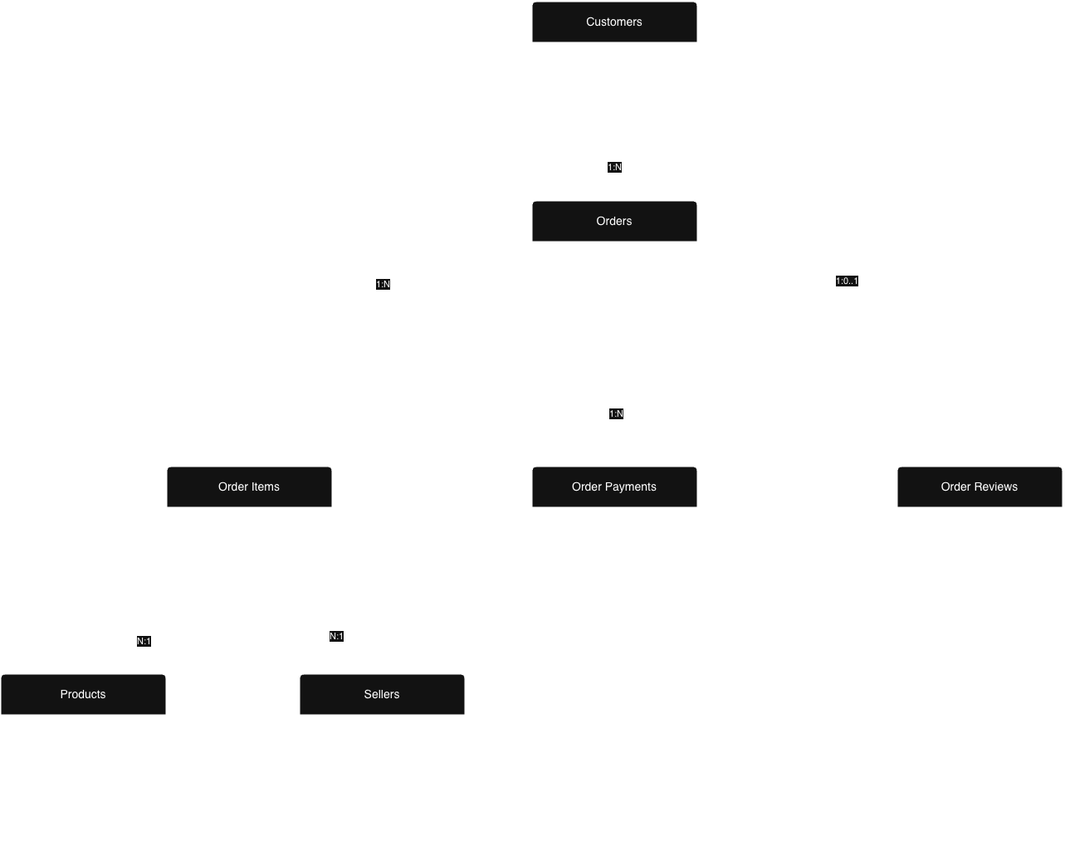
Earlier version of the draw.io export docs/diagrams/logical-erd.drawio.png (neeleshksingh/Ecommerce-Sales-Analytics). Source tidied: cells renumbered, new cells last; positions are measured from the earlier drawing's top-left corner, leaving out a move shared by most shapes.
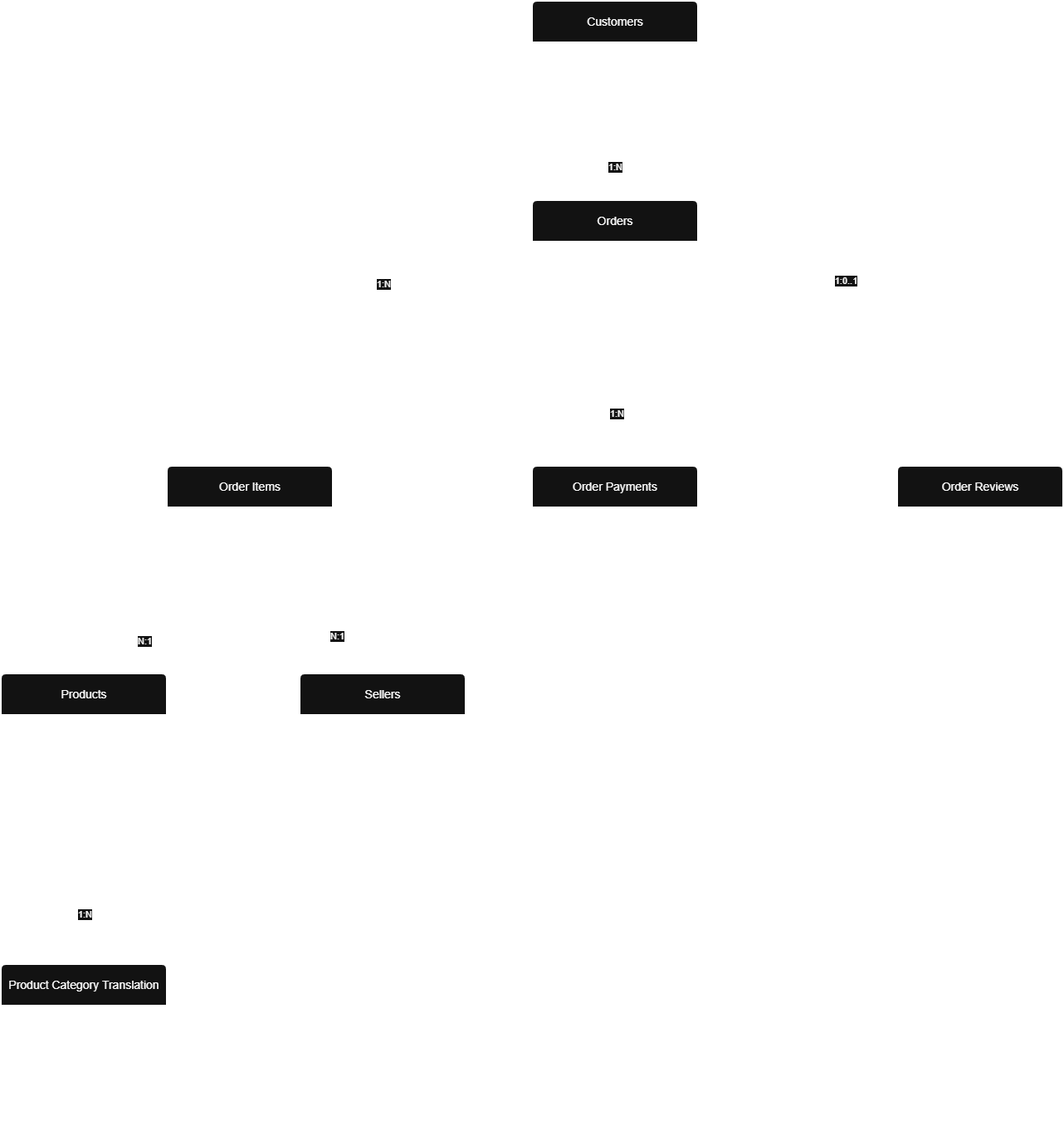
After the change.

What changed in the source:
```diff
@@ -73,6 +73,16 @@
     <mxCell id="20" value="N:1" style="edgeLabel;html=1;align=center;verticalAlign=middle;" parent="19" vertex="1">
       <mxGeometry x="-0.02" y="-5" relative="1" as="geometry" />
     </mxCell>
+    <mxCell id="30" style="edgeStyle=orthogonalEdgeStyle;rounded=0;jettySize=auto;html=1;exitX=0.5;exitY=1;exitDx=0;exitDy=0;" parent="1" edge="1" source="21">
+      <mxGeometry relative="1" as="geometry">
+        <mxPoint x="100.1" y="1090" as="targetPoint" />
+      </mxGeometry>
+    </mxCell>
+    <mxCell id="31" value="1:N" style="edgeLabel;html=1;align=center;verticalAlign=middle;" parent="30" vertex="1">
+      <mxGeometry x="0.14" y="1" relative="1" as="geometry">
+        <mxPoint x="-1" y="44" as="offset" />
+      </mxGeometry>
+    </mxCell>
     <mxCell id="21" value="Products" style="swimlane;horizontal=1;startSize=50;rounded=1;fontSize=14;fontStyle=0;strokeWidth=2;shadow=0;dashed=0;align=center;arcSize=4;whiteSpace=wrap;html=1;" parent="1" vertex="1">
       <mxGeometry y="810" width="200" height="200" as="geometry" />
     </mxCell>
@@ -100,5 +110,16 @@
     <mxCell id="29" value="&lt;div&gt;&lt;span style=&quot;background-color: transparent; color: light-dark(rgb(0, 0, 0), rgb(255, 255, 255));&quot;&gt;PK review_id&lt;/span&gt;&amp;nbsp; &amp;nbsp; &amp;nbsp; &amp;nbsp; &amp;nbsp; &amp;nbsp; &amp;nbsp; &amp;nbsp; &amp;nbsp;&lt;/div&gt;&lt;div&gt;FK order_id&amp;nbsp;&amp;nbsp; &amp;nbsp; &amp;nbsp; &amp;nbsp; &amp;nbsp; &amp;nbsp;&amp;nbsp;&lt;/div&gt;&lt;div&gt;&lt;span style=&quot;background-color: transparent; color: light-dark(rgb(0, 0, 0), rgb(255, 255, 255));&quot;&gt;review_score&lt;/span&gt;&amp;nbsp; &amp;nbsp; &amp;nbsp; &amp;nbsp; &amp;nbsp; &amp;nbsp; &amp;nbsp; &amp;nbsp; &amp;nbsp; &amp;nbsp; &amp;nbsp; &amp;nbsp;&lt;/div&gt;&lt;div&gt;review_comment_title&amp;nbsp; &amp;nbsp; &amp;nbsp; &amp;nbsp; &amp;nbsp; &amp;nbsp; &amp;nbsp; &amp;nbsp; &amp;nbsp;&amp;nbsp;&lt;/div&gt;&lt;div&gt;review_comment_message&amp;nbsp; &amp;nbsp; &amp;nbsp; &amp;nbsp;&lt;/div&gt;&lt;div&gt;review_creation_date&lt;/div&gt;&lt;div&gt;review_answer_timestamp&lt;/div&gt;" style="align=left;strokeColor=none;fillColor=none;spacingLeft=4;spacingRight=4;fontSize=12;verticalAlign=top;html=1;whiteSpace=wrap;" parent="28" vertex="1">
       <mxGeometry y="50" width="200" height="110" as="geometry" />
     </mxCell>
+    <mxCell id="32" style="edgeStyle=orthogonalEdgeStyle;rounded=0;jettySize=auto;html=1;exitX=0.5;exitY=0;exitDx=0;exitDy=0;" parent="1" edge="1" source="33">
+      <mxGeometry relative="1" as="geometry">
+        <mxPoint x="100.1" y="1110" as="targetPoint" />
+      </mxGeometry>
+    </mxCell>
+    <mxCell id="33" value="Product Category Translation" style="swimlane;horizontal=1;startSize=50;rounded=1;fontSize=14;fontStyle=0;strokeWidth=2;shadow=0;dashed=0;align=center;arcSize=4;whiteSpace=wrap;html=1;" parent="1" vertex="1">
+      <mxGeometry y="1160" width="200" height="200" as="geometry" />
+    </mxCell>
+    <mxCell id="34" value="PK product_category_name&lt;br&gt;product_category_name_english" style="align=left;strokeColor=none;fillColor=none;spacingLeft=4;spacingRight=4;fontSize=12;verticalAlign=top;html=1;whiteSpace=wrap;" parent="33" vertex="1">
+      <mxGeometry y="50" width="200" height="150" as="geometry" />
+    </mxCell>
   </root>
 </mxGraphModel>
```
